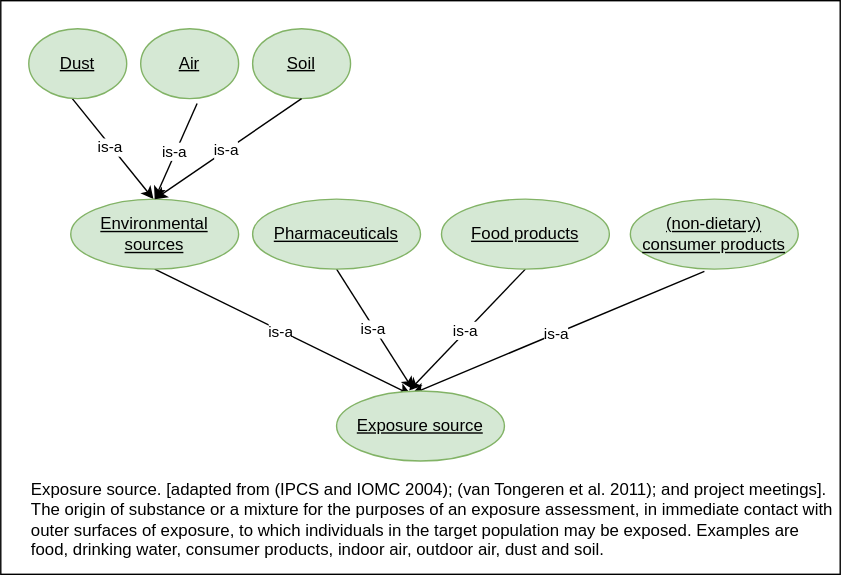
The draw.io diagram sub-group-exposure-source.drawio.svg in eu-parc/aggregate-exposure-modelling, before a commit. Source tidied: cells renumbered, new cells last; positions are measured from the earlier drawing's top-left corner, leaving out a move shared by most shapes. The source it was exported from:
```xml
<mxGraphModel>
  <root>
    <mxCell id="0" />
    <mxCell id="1" parent="0" />
    <mxCell id="2" style="rounded=0;whiteSpace=wrap;html=1;" parent="1" vertex="1">
      <mxGeometry width="600" height="410" as="geometry" />
    </mxCell>
    <mxCell id="3" value="Exposure source. [adapted from (IPCS and IOMC 2004); (van Tongeren et al. 2011); and project meetings]. &#10;The origin of substance or a mixture for the purposes of an exposure assessment, in immediate contact with outer surfaces of exposure, to which individuals in the target population may be exposed. Examples are food, drinking water, consumer products, indoor air, outdoor air, dust and soil." style="text;whiteSpace=wrap;html=1;" parent="1" vertex="1">
      <mxGeometry x="20" y="336" width="580" height="70" as="geometry" />
    </mxCell>
    <mxCell id="4" style="endArrow=classic;html=1;rounded=0;entryX=0.45;entryY=0.039;entryDx=0;entryDy=0;exitX=0.441;exitY=1.033;exitDx=0;exitDy=0;exitPerimeter=0;entryPerimeter=0;" parent="1" edge="1" source="15" target="14">
      <mxGeometry relative="1" as="geometry" />
    </mxCell>
    <mxCell id="5" value="is-a" style="edgeLabel;html=1;align=center;verticalAlign=middle;" parent="4" vertex="1">
      <mxGeometry relative="1" as="geometry">
        <mxPoint x="-2" as="offset" />
      </mxGeometry>
    </mxCell>
    <mxCell id="6" style="endArrow=classic;html=1;rounded=0;exitX=0.5;exitY=1;exitDx=0;exitDy=0;entryX=0.432;entryY=-0.006;entryDx=0;entryDy=0;entryPerimeter=0;" parent="1" edge="1" source="16" target="14">
      <mxGeometry relative="1" as="geometry" />
    </mxCell>
    <mxCell id="7" value="is-a" style="edgeLabel;html=1;align=center;verticalAlign=middle;" parent="6" vertex="1">
      <mxGeometry relative="1" as="geometry">
        <mxPoint x="-2" as="offset" />
      </mxGeometry>
    </mxCell>
    <mxCell id="8" style="endArrow=classic;html=1;rounded=0;entryX=0.456;entryY=-0.021;entryDx=0;entryDy=0;exitX=0.5;exitY=1;exitDx=0;exitDy=0;entryPerimeter=0;" parent="1" edge="1" source="17" target="14">
      <mxGeometry relative="1" as="geometry" />
    </mxCell>
    <mxCell id="9" value="is-a" style="edgeLabel;html=1;align=center;verticalAlign=middle;" parent="8" vertex="1">
      <mxGeometry relative="1" as="geometry">
        <mxPoint x="-2" as="offset" />
      </mxGeometry>
    </mxCell>
    <mxCell id="10" style="endArrow=classic;html=1;rounded=0;entryX=0.444;entryY=0.053;entryDx=0;entryDy=0;entryPerimeter=0;exitX=0.5;exitY=1;exitDx=0;exitDy=0;" parent="1" edge="1" source="18" target="14">
      <mxGeometry relative="1" as="geometry" />
    </mxCell>
    <mxCell id="11" value="is-a" style="edgeLabel;html=1;align=center;verticalAlign=middle;" parent="10" vertex="1">
      <mxGeometry relative="1" as="geometry">
        <mxPoint x="-2" as="offset" />
      </mxGeometry>
    </mxCell>
    <mxCell id="12" style="endArrow=classic;html=1;rounded=0;exitX=0.426;exitY=0.967;exitDx=0;exitDy=0;exitPerimeter=0;" parent="1" edge="1" source="19">
      <mxGeometry relative="1" as="geometry">
        <mxPoint x="109.1" y="141.9" as="targetPoint" />
      </mxGeometry>
    </mxCell>
    <mxCell id="13" value="is-a" style="edgeLabel;html=1;align=center;verticalAlign=middle;" parent="12" vertex="1">
      <mxGeometry relative="1" as="geometry">
        <mxPoint x="-2" as="offset" />
      </mxGeometry>
    </mxCell>
    <mxCell id="14" value="Exposure source" style="ellipse;whiteSpace=wrap;html=1;fillColor=#d5e8d4;strokeColor=#82b366;fontStyle=4;fontColor=#000000;" parent="1" vertex="1">
      <mxGeometry x="240" y="279" width="120" height="50" as="geometry" />
    </mxCell>
    <mxCell id="15" value="(non-dietary) consumer products" style="ellipse;whiteSpace=wrap;html=1;fillColor=#d5e8d4;strokeColor=#82b366;fontStyle=4;fontColor=#000000;" parent="1" vertex="1">
      <mxGeometry x="450" y="141.9" width="120" height="50" as="geometry" />
    </mxCell>
    <mxCell id="16" value="Food products" style="ellipse;whiteSpace=wrap;html=1;fillColor=#d5e8d4;strokeColor=#82b366;fontStyle=4;fontColor=#000000;" parent="1" vertex="1">
      <mxGeometry x="315" y="141.9" width="120" height="50" as="geometry" />
    </mxCell>
    <mxCell id="17" value="Pharmaceuticals" style="ellipse;whiteSpace=wrap;html=1;fillColor=#d5e8d4;strokeColor=#82b366;fontStyle=4;fontColor=#000000;" parent="1" vertex="1">
      <mxGeometry x="180" y="141.9" width="120" height="50" as="geometry" />
    </mxCell>
    <mxCell id="18" value="Environmental sources" style="ellipse;whiteSpace=wrap;html=1;fillColor=#d5e8d4;strokeColor=#82b366;fontStyle=4;fontColor=#000000;" parent="1" vertex="1">
      <mxGeometry x="50" y="141.9" width="120" height="50" as="geometry" />
    </mxCell>
    <mxCell id="19" value="Dust" style="ellipse;whiteSpace=wrap;html=1;fillColor=#d5e8d4;strokeColor=#82b366;fontStyle=4;fontColor=#000000;" parent="1" vertex="1">
      <mxGeometry x="20" y="20" width="70" height="50" as="geometry" />
    </mxCell>
    <mxCell id="20" value="Air" style="ellipse;whiteSpace=wrap;html=1;fillColor=#d5e8d4;strokeColor=#82b366;fontStyle=4;fontColor=#000000;" parent="1" vertex="1">
      <mxGeometry x="100" y="20" width="70" height="50" as="geometry" />
    </mxCell>
    <mxCell id="21" style="endArrow=classic;html=1;rounded=0;exitX=0.576;exitY=1.07;exitDx=0;exitDy=0;exitPerimeter=0;entryX=0.5;entryY=0;entryDx=0;entryDy=0;" parent="1" edge="1" source="20" target="18">
      <mxGeometry relative="1" as="geometry" />
    </mxCell>
    <mxCell id="22" value="is-a" style="edgeLabel;html=1;align=center;verticalAlign=middle;" parent="21" vertex="1">
      <mxGeometry relative="1" as="geometry">
        <mxPoint x="-2" as="offset" />
      </mxGeometry>
    </mxCell>
    <mxCell id="23" value="Soil" style="ellipse;whiteSpace=wrap;html=1;fillColor=#d5e8d4;strokeColor=#82b366;fontStyle=4;fontColor=#000000;" parent="1" vertex="1">
      <mxGeometry x="180" y="20" width="70" height="50" as="geometry" />
    </mxCell>
    <mxCell id="24" style="endArrow=classic;html=1;rounded=0;entryX=0.5;entryY=0;entryDx=0;entryDy=0;exitX=0.5;exitY=1;exitDx=0;exitDy=0;" parent="1" edge="1" source="23" target="18">
      <mxGeometry relative="1" as="geometry" />
    </mxCell>
    <mxCell id="25" value="is-a" style="edgeLabel;html=1;align=center;verticalAlign=middle;" parent="24" vertex="1">
      <mxGeometry relative="1" as="geometry">
        <mxPoint x="-2" as="offset" />
      </mxGeometry>
    </mxCell>
  </root>
</mxGraphModel>
```
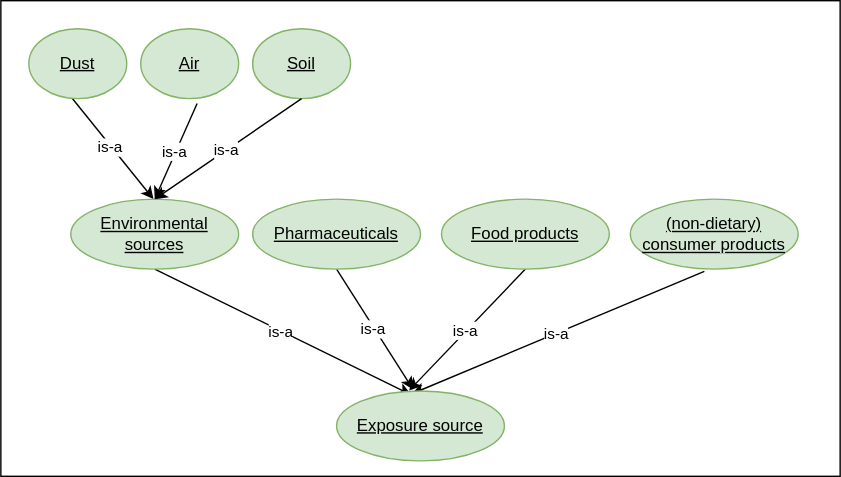
Above is the later version.

What changed in the source:
```diff
@@ -3,11 +3,8 @@
     <mxCell id="0" />
     <mxCell id="1" parent="0" />
     <mxCell id="2" style="rounded=0;whiteSpace=wrap;html=1;" parent="1" vertex="1">
-      <mxGeometry width="600" height="410" as="geometry" />
+      <mxGeometry width="600" height="340" as="geometry" />
     </mxCell>
-    <mxCell id="3" value="Exposure source. [adapted from (IPCS and IOMC 2004); (van Tongeren et al. 2011); and project meetings]. &#10;The origin of substance or a mixture for the purposes of an exposure assessment, in immediate contact with outer surfaces of exposure, to which individuals in the target population may be exposed. Examples are food, drinking water, consumer products, indoor air, outdoor air, dust and soil." style="text;whiteSpace=wrap;html=1;" parent="1" vertex="1">
-      <mxGeometry x="20" y="336" width="580" height="70" as="geometry" />
-    </mxCell>
     <mxCell id="4" style="endArrow=classic;html=1;rounded=0;entryX=0.45;entryY=0.039;entryDx=0;entryDy=0;exitX=0.441;exitY=1.033;exitDx=0;exitDy=0;exitPerimeter=0;entryPerimeter=0;" parent="1" edge="1" source="15" target="14">
       <mxGeometry relative="1" as="geometry" />
     </mxCell>
```
